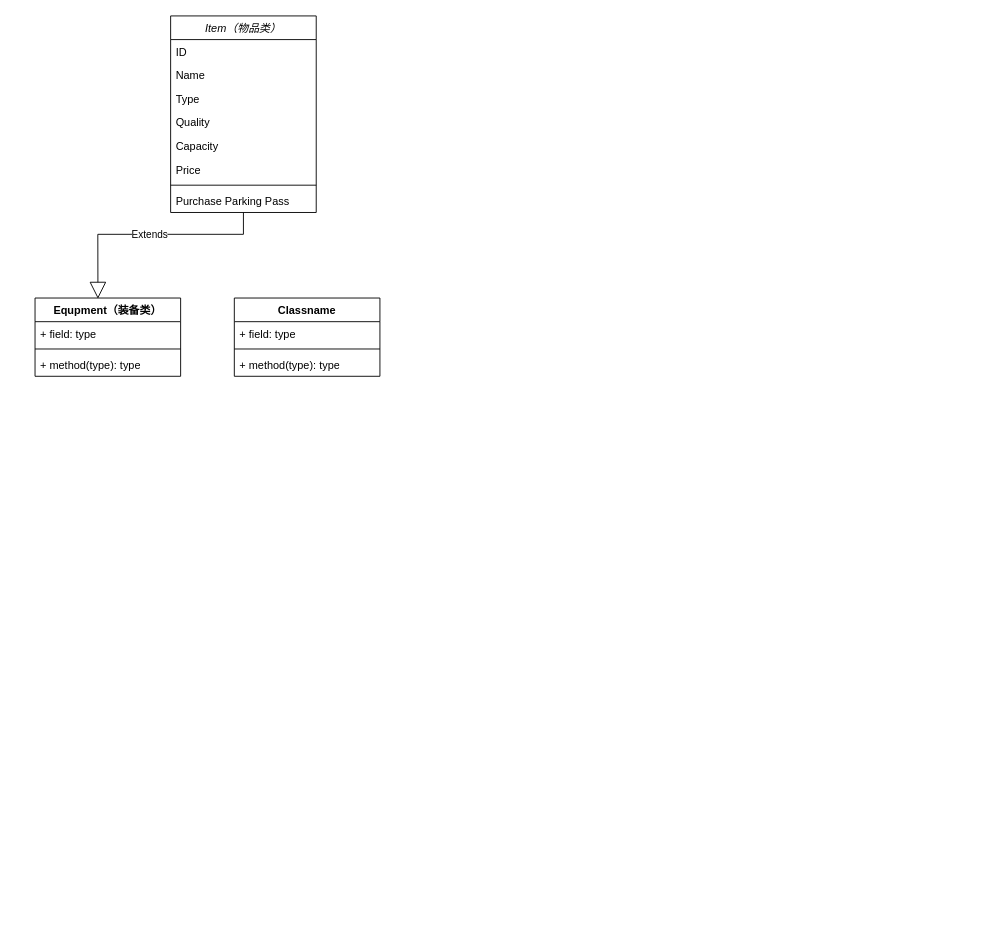
Earlier version of the draw.io diagram page "Page-1" (1 of 2) of Drawio/class-diagram.drawio (lvxingzhe32/IDLE-Game). Source tidied: cells renumbered, new cells numbered last; positions are measured from the earlier drawing's top-left corner, leaving out a move shared by most shapes. Both pictures are drawn from the tidied source at 91%, with x=0, y=0 at pixel (35, 15).
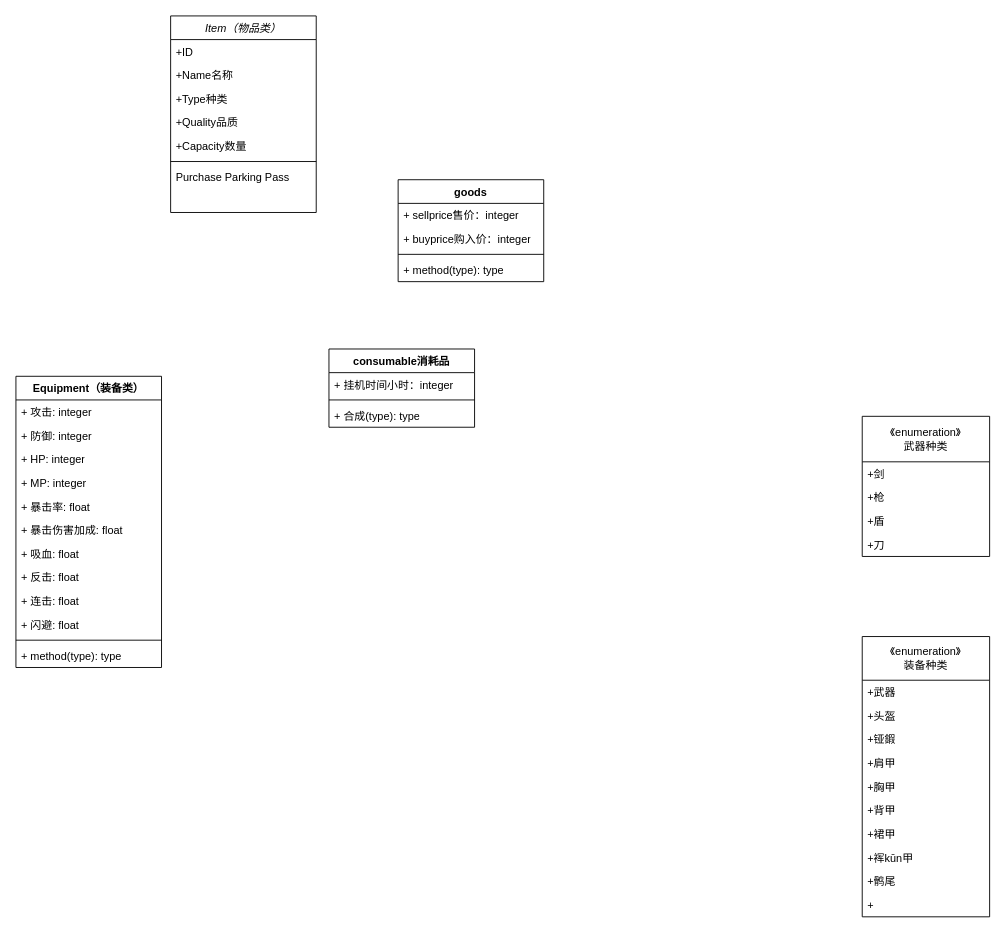
After the change.

The change refers to these unchanged cells:
```xml
<mxCell id="2" value="Item（物品类）" style="swimlane;fontStyle=2;align=center;verticalAlign=top;horizontal=1;startSize=26;rounded=0;shadow=0;strokeWidth=1;" parent="1" vertex="1">
  <mxGeometry x="149" width="160" height="216" as="geometry" />
</mxCell>
```

Change to the diagram source:
```diff
@@
-    <mxCell id="3" value="ID" style="text;align=left;verticalAlign=top;spacingLeft=4;spacingRight=4;overflow=hidden;" parent="2" vertex="1">
+    <mxCell id="3" value="+ID" style="text;align=left;verticalAlign=top;spacingLeft=4;spacingRight=4;overflow=hidden;" parent="2" vertex="1">
       <mxGeometry y="26" width="160" height="26" as="geometry" />
     </mxCell>
-    <mxCell id="4" value="Name" style="text;align=left;verticalAlign=top;spacingLeft=4;spacingRight=4;overflow=hidden;" parent="2" vertex="1">
+    <mxCell id="4" value="+Name名称" style="text;align=left;verticalAlign=top;spacingLeft=4;spacingRight=4;overflow=hidden;" parent="2" vertex="1">
       <mxGeometry y="52" width="160" height="26" as="geometry" />
     </mxCell>
-    <mxCell id="5" value="Type" style="text;align=left;verticalAlign=top;spacingLeft=4;spacingRight=4;overflow=hidden;rounded=0;shadow=0;html=0;" parent="2" vertex="1">
+    <mxCell id="5" value="+Type种类&#10;" style="text;align=left;verticalAlign=top;spacingLeft=4;spacingRight=4;overflow=hidden;rounded=0;shadow=0;html=0;" parent="2" vertex="1">
       <mxGeometry y="78" width="160" height="26" as="geometry" />
     </mxCell>
-    <mxCell id="6" value="Quality" style="text;align=left;verticalAlign=top;spacingLeft=4;spacingRight=4;overflow=hidden;rounded=0;shadow=0;html=0;" parent="2" vertex="1">
+    <mxCell id="6" value="+Quality品质&#10;" style="text;align=left;verticalAlign=top;spacingLeft=4;spacingRight=4;overflow=hidden;rounded=0;shadow=0;html=0;" parent="2" vertex="1">
       <mxGeometry y="104" width="160" height="26" as="geometry" />
     </mxCell>
-    <mxCell id="7" value="Capacity" style="text;align=left;verticalAlign=top;spacingLeft=4;spacingRight=4;overflow=hidden;rounded=0;shadow=0;html=0;" parent="2" vertex="1">
+    <mxCell id="7" value="+Capacity数量" style="text;align=left;verticalAlign=top;spacingLeft=4;spacingRight=4;overflow=hidden;rounded=0;shadow=0;html=0;" parent="2" vertex="1">
       <mxGeometry y="130" width="160" height="26" as="geometry" />
     </mxCell>
-    <mxCell id="8" value="Price" style="text;align=left;verticalAlign=top;spacingLeft=4;spacingRight=4;overflow=hidden;rounded=0;shadow=0;html=0;" parent="2" vertex="1">
-      <mxGeometry y="156" width="160" height="26" as="geometry" />
-    </mxCell>
     <mxCell id="9" style="line;html=1;strokeWidth=1;align=left;verticalAlign=middle;spacingTop=-1;spacingLeft=3;spacingRight=3;labelPosition=right;" parent="2" vertex="1">
-      <mxGeometry y="182" width="160" height="8" as="geometry" />
+      <mxGeometry y="156" width="160" height="8" as="geometry" />
     </mxCell>
     <mxCell id="10" value="Purchase Parking Pass" style="text;align=left;verticalAlign=top;spacingLeft=4;spacingRight=4;overflow=hidden;" parent="2" vertex="1">
-      <mxGeometry y="190" width="160" height="26" as="geometry" />
+      <mxGeometry y="164" width="160" height="26" as="geometry" />
     </mxCell>
-    <mxCell id="11" value="Equpment（装备类）" style="swimlane;fontStyle=1;align=center;verticalAlign=top;horizontal=1;startSize=26;whiteSpace=wrap;html=1;" parent="1" vertex="1">
-      <mxGeometry y="310" width="160" height="86" as="geometry" />
+    <mxCell id="11" value="Equipment（装备类）" style="swimlane;fontStyle=1;align=center;verticalAlign=top;horizontal=1;startSize=26;whiteSpace=wrap;html=1;" parent="1" vertex="1">
+      <mxGeometry x="-21" y="396" width="160" height="320" as="geometry" />
     </mxCell>
-    <mxCell id="12" value="+ field: type" style="text;strokeColor=none;fillColor=none;align=left;verticalAlign=top;spacingLeft=4;spacingRight=4;overflow=hidden;whiteSpace=wrap;html=1;" parent="11" vertex="1">
+    <mxCell id="12" value="+ 攻击: integer" style="text;strokeColor=none;fillColor=none;align=left;verticalAlign=top;spacingLeft=4;spacingRight=4;overflow=hidden;whiteSpace=wrap;html=1;" parent="11" vertex="1">
       <mxGeometry y="26" width="160" height="26" as="geometry" />
     </mxCell>
+    <mxCell id="20" value="+ 防御: integer" style="text;strokeColor=none;fillColor=none;align=left;verticalAlign=top;spacingLeft=4;spacingRight=4;overflow=hidden;whiteSpace=wrap;html=1;" parent="11" vertex="1">
+      <mxGeometry y="52" width="160" height="26" as="geometry" />
+    </mxCell>
+    <mxCell id="21" value="+ HP: integer" style="text;strokeColor=none;fillColor=none;align=left;verticalAlign=top;spacingLeft=4;spacingRight=4;overflow=hidden;whiteSpace=wrap;html=1;" parent="11" vertex="1">
+      <mxGeometry y="78" width="160" height="26" as="geometry" />
+    </mxCell>
+    <mxCell id="22" value="+ MP: integer" style="text;strokeColor=none;fillColor=none;align=left;verticalAlign=top;spacingLeft=4;spacingRight=4;overflow=hidden;whiteSpace=wrap;html=1;" parent="11" vertex="1">
+      <mxGeometry y="104" width="160" height="26" as="geometry" />
+    </mxCell>
+    <mxCell id="23" value="+ 暴击率: float" style="text;strokeColor=none;fillColor=none;align=left;verticalAlign=top;spacingLeft=4;spacingRight=4;overflow=hidden;whiteSpace=wrap;html=1;" parent="11" vertex="1">
+      <mxGeometry y="130" width="160" height="26" as="geometry" />
+    </mxCell>
+    <mxCell id="24" value="+ 暴击伤害加成: float" style="text;strokeColor=none;fillColor=none;align=left;verticalAlign=top;spacingLeft=4;spacingRight=4;overflow=hidden;whiteSpace=wrap;html=1;" parent="11" vertex="1">
+      <mxGeometry y="156" width="160" height="26" as="geometry" />
+    </mxCell>
+    <mxCell id="25" value="+ 吸血: float" style="text;strokeColor=none;fillColor=none;align=left;verticalAlign=top;spacingLeft=4;spacingRight=4;overflow=hidden;whiteSpace=wrap;html=1;" parent="11" vertex="1">
+      <mxGeometry y="182" width="160" height="26" as="geometry" />
+    </mxCell>
+    <mxCell id="26" value="+ 反击: float" style="text;strokeColor=none;fillColor=none;align=left;verticalAlign=top;spacingLeft=4;spacingRight=4;overflow=hidden;whiteSpace=wrap;html=1;" parent="11" vertex="1">
+      <mxGeometry y="208" width="160" height="26" as="geometry" />
+    </mxCell>
+    <mxCell id="27" value="+ 连击: float" style="text;strokeColor=none;fillColor=none;align=left;verticalAlign=top;spacingLeft=4;spacingRight=4;overflow=hidden;whiteSpace=wrap;html=1;" parent="11" vertex="1">
+      <mxGeometry y="234" width="160" height="26" as="geometry" />
+    </mxCell>
+    <mxCell id="28" value="+ 闪避: float" style="text;strokeColor=none;fillColor=none;align=left;verticalAlign=top;spacingLeft=4;spacingRight=4;overflow=hidden;whiteSpace=wrap;html=1;" parent="11" vertex="1">
+      <mxGeometry y="260" width="160" height="26" as="geometry" />
+    </mxCell>
     <mxCell id="13" style="line;strokeWidth=1;fillColor=none;align=left;verticalAlign=middle;spacingTop=-1;spacingLeft=3;spacingRight=3;labelPosition=right;strokeColor=inherit;" parent="11" vertex="1">
-      <mxGeometry y="52" width="160" height="8" as="geometry" />
+      <mxGeometry y="286" width="160" height="8" as="geometry" />
     </mxCell>
     <mxCell id="14" value="+ method(type): type" style="text;strokeColor=none;fillColor=none;align=left;verticalAlign=top;spacingLeft=4;spacingRight=4;overflow=hidden;whiteSpace=wrap;html=1;" parent="11" vertex="1">
-      <mxGeometry y="60" width="160" height="26" as="geometry" />
+      <mxGeometry y="294" width="160" height="26" as="geometry" />
     </mxCell>
-    <mxCell id="15" value="Classname" style="swimlane;fontStyle=1;align=center;verticalAlign=top;horizontal=1;startSize=26;whiteSpace=wrap;html=1;" parent="1" vertex="1">
-      <mxGeometry x="219" y="310" width="160" height="86" as="geometry" />
-    </mxCell>
-    <mxCell id="16" value="+ field: type" style="text;strokeColor=none;fillColor=none;align=left;verticalAlign=top;spacingLeft=4;spacingRight=4;overflow=hidden;whiteSpace=wrap;html=1;" parent="15" vertex="1">
-      <mxGeometry y="26" width="160" height="26" as="geometry" />
-    </mxCell>
+    <mxCell id="29" value="goods" style="swimlane;fontStyle=1;align=center;verticalAlign=top;horizontal=1;startSize=26;whiteSpace=wrap;html=1;" parent="1" vertex="1">
+      <mxGeometry x="399" y="180" width="160" height="112" as="geometry" />
+    </mxCell>
+    <mxCell id="30" value="+ sellprice售价：integer" style="text;strokeColor=none;fillColor=none;align=left;verticalAlign=top;spacingLeft=4;spacingRight=4;overflow=hidden;whiteSpace=wrap;html=1;" parent="29" vertex="1">
+      <mxGeometry y="26" width="160" height="26" as="geometry" />
+    </mxCell>
+    <mxCell id="31" value="+ buyprice购入价：integer" style="text;strokeColor=none;fillColor=none;align=left;verticalAlign=top;spacingLeft=4;spacingRight=4;overflow=hidden;whiteSpace=wrap;html=1;" parent="29" vertex="1">
+      <mxGeometry y="52" width="160" height="26" as="geometry" />
+    </mxCell>
+    <mxCell id="32" style="line;strokeWidth=1;fillColor=none;align=left;verticalAlign=middle;spacingTop=-1;spacingLeft=3;spacingRight=3;labelPosition=right;strokeColor=inherit;" parent="29" vertex="1">
+      <mxGeometry y="78" width="160" height="8" as="geometry" />
+    </mxCell>
+    <mxCell id="18" value="+ method(type): type" style="text;strokeColor=none;fillColor=none;align=left;verticalAlign=top;spacingLeft=4;spacingRight=4;overflow=hidden;whiteSpace=wrap;html=1;" parent="29" vertex="1">
+      <mxGeometry y="86" width="160" height="26" as="geometry" />
+    </mxCell>
+    <mxCell id="33" value="consumable消耗品" style="swimlane;fontStyle=1;align=center;verticalAlign=top;horizontal=1;startSize=26;whiteSpace=wrap;html=1;" parent="1" vertex="1">
+      <mxGeometry x="323" y="366" width="160" height="86" as="geometry" />
+    </mxCell>
+    <mxCell id="34" value="+ 挂机时间小时：integer" style="text;strokeColor=none;fillColor=none;align=left;verticalAlign=top;spacingLeft=4;spacingRight=4;overflow=hidden;whiteSpace=wrap;html=1;" parent="33" vertex="1">
+      <mxGeometry y="26" width="160" height="26" as="geometry" />
+    </mxCell>
-    <mxCell id="17" style="line;strokeWidth=1;fillColor=none;align=left;verticalAlign=middle;spacingTop=-1;spacingLeft=3;spacingRight=3;labelPosition=right;strokeColor=inherit;" parent="15" vertex="1">
+    <mxCell id="17" style="line;strokeWidth=1;fillColor=none;align=left;verticalAlign=middle;spacingTop=-1;spacingLeft=3;spacingRight=3;labelPosition=right;strokeColor=inherit;" parent="33" vertex="1">
       <mxGeometry y="52" width="160" height="8" as="geometry" />
     </mxCell>
-    <mxCell id="18" value="+ method(type): type" style="text;strokeColor=none;fillColor=none;align=left;verticalAlign=top;spacingLeft=4;spacingRight=4;overflow=hidden;whiteSpace=wrap;html=1;" parent="15" vertex="1">
-      <mxGeometry y="60" width="160" height="26" as="geometry" />
-    </mxCell>
-    <mxCell id="19" value="Extends" style="endArrow=block;endSize=16;endFill=0;html=1;rounded=0;entryX=0.432;entryY=0.009;entryDx=0;entryDy=0;entryPerimeter=0;exitX=0.5;exitY=1;exitDx=0;exitDy=0;" parent="1" edge="1" source="2" target="11">
-      <mxGeometry relative="1" as="geometry">
-        <Array as="points">
-          <mxPoint x="229" y="240" />
-          <mxPoint x="69" y="240" />
-        </Array>
-      </mxGeometry>
-    </mxCell>
+    <mxCell id="35" value="+ 合成(type): type" style="text;strokeColor=none;fillColor=none;align=left;verticalAlign=top;spacingLeft=4;spacingRight=4;overflow=hidden;whiteSpace=wrap;html=1;" parent="33" vertex="1">
+      <mxGeometry y="60" width="160" height="26" as="geometry" />
+    </mxCell>
+    <mxCell id="36" value="《enumeration》&lt;div&gt;武器种类&lt;/div&gt;" style="swimlane;fontStyle=0;horizontal=1;startSize=50;fillColor=none;whiteSpace=wrap;html=1;" parent="1" vertex="1">
+      <mxGeometry x="909" y="440" width="140" height="154" as="geometry" />
+    </mxCell>
+    <mxCell id="37" value="+剑" style="text;strokeColor=none;fillColor=none;align=left;verticalAlign=top;spacingLeft=4;spacingRight=4;overflow=hidden;whiteSpace=wrap;html=1;" parent="36" vertex="1">
+      <mxGeometry y="50" width="140" height="26" as="geometry" />
+    </mxCell>
+    <mxCell id="38" value="+枪" style="text;strokeColor=none;fillColor=none;align=left;verticalAlign=top;spacingLeft=4;spacingRight=4;overflow=hidden;whiteSpace=wrap;html=1;" parent="36" vertex="1">
+      <mxGeometry y="76" width="140" height="26" as="geometry" />
+    </mxCell>
+    <mxCell id="39" value="+盾" style="text;strokeColor=none;fillColor=none;align=left;verticalAlign=top;spacingLeft=4;spacingRight=4;overflow=hidden;whiteSpace=wrap;html=1;" parent="36" vertex="1">
+      <mxGeometry y="102" width="140" height="26" as="geometry" />
+    </mxCell>
+    <mxCell id="40" value="+刀" style="text;strokeColor=none;fillColor=none;align=left;verticalAlign=top;spacingLeft=4;spacingRight=4;overflow=hidden;whiteSpace=wrap;html=1;" parent="36" vertex="1">
+      <mxGeometry y="128" width="140" height="26" as="geometry" />
+    </mxCell>
+    <mxCell id="41" value="《enumeration》&lt;div&gt;装备种类&lt;/div&gt;" style="swimlane;fontStyle=0;horizontal=1;startSize=48;fillColor=none;whiteSpace=wrap;html=1;" parent="1" vertex="1">
+      <mxGeometry x="909" y="682" width="140" height="308" as="geometry" />
+    </mxCell>
+    <mxCell id="42" value="+武器" style="text;strokeColor=none;fillColor=none;align=left;verticalAlign=top;spacingLeft=4;spacingRight=4;overflow=hidden;whiteSpace=wrap;html=1;" parent="41" vertex="1">
+      <mxGeometry y="48" width="140" height="26" as="geometry" />
+    </mxCell>
+    <mxCell id="43" value="+头盔" style="text;strokeColor=none;fillColor=none;align=left;verticalAlign=top;spacingLeft=4;spacingRight=4;overflow=hidden;whiteSpace=wrap;html=1;" parent="41" vertex="1">
+      <mxGeometry y="74" width="140" height="26" as="geometry" />
+    </mxCell>
+    <mxCell id="44" value="+铔鍜" style="text;strokeColor=none;fillColor=none;align=left;verticalAlign=top;spacingLeft=4;spacingRight=4;overflow=hidden;whiteSpace=wrap;html=1;" parent="41" vertex="1">
+      <mxGeometry y="100" width="140" height="26" as="geometry" />
+    </mxCell>
+    <mxCell id="45" value="+肩甲" style="text;strokeColor=none;fillColor=none;align=left;verticalAlign=top;spacingLeft=4;spacingRight=4;overflow=hidden;whiteSpace=wrap;html=1;" parent="41" vertex="1">
+      <mxGeometry y="126" width="140" height="26" as="geometry" />
+    </mxCell>
+    <mxCell id="46" value="+胸甲" style="text;strokeColor=none;fillColor=none;align=left;verticalAlign=top;spacingLeft=4;spacingRight=4;overflow=hidden;whiteSpace=wrap;html=1;" parent="41" vertex="1">
+      <mxGeometry y="152" width="140" height="26" as="geometry" />
+    </mxCell>
+    <mxCell id="47" value="+背甲" style="text;strokeColor=none;fillColor=none;align=left;verticalAlign=top;spacingLeft=4;spacingRight=4;overflow=hidden;whiteSpace=wrap;html=1;" parent="41" vertex="1">
+      <mxGeometry y="178" width="140" height="26" as="geometry" />
+    </mxCell>
+    <mxCell id="48" value="+裙甲" style="text;strokeColor=none;fillColor=none;align=left;verticalAlign=top;spacingLeft=4;spacingRight=4;overflow=hidden;whiteSpace=wrap;html=1;" parent="41" vertex="1">
+      <mxGeometry y="204" width="140" height="26" as="geometry" />
+    </mxCell>
+    <mxCell id="49" value="+裈kūn甲" style="text;strokeColor=none;fillColor=none;align=left;verticalAlign=top;spacingLeft=4;spacingRight=4;overflow=hidden;whiteSpace=wrap;html=1;" parent="41" vertex="1">
+      <mxGeometry y="230" width="140" height="26" as="geometry" />
+    </mxCell>
+    <mxCell id="50" value="+鹘尾" style="text;strokeColor=none;fillColor=none;align=left;verticalAlign=top;spacingLeft=4;spacingRight=4;overflow=hidden;whiteSpace=wrap;html=1;" parent="41" vertex="1">
+      <mxGeometry y="256" width="140" height="26" as="geometry" />
+    </mxCell>
+    <mxCell id="51" value="+" style="text;strokeColor=none;fillColor=none;align=left;verticalAlign=top;spacingLeft=4;spacingRight=4;overflow=hidden;whiteSpace=wrap;html=1;" parent="41" vertex="1">
+      <mxGeometry y="282" width="140" height="26" as="geometry" />
+    </mxCell>
```
